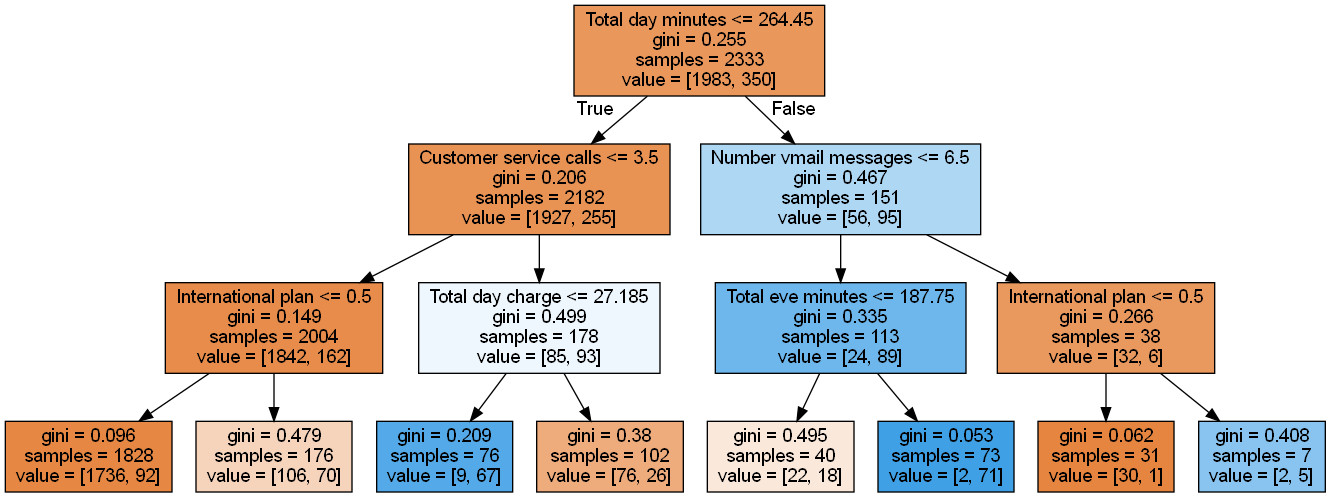
Earlier version of the Graphviz export Практика 13/Задание 13/Деревья решений/telecom_tree2.png (MAMUER/Machine_learning). Its source is kept beside it as Практика 13/Задание 13/Деревья решений/telecom_tree2.dot.
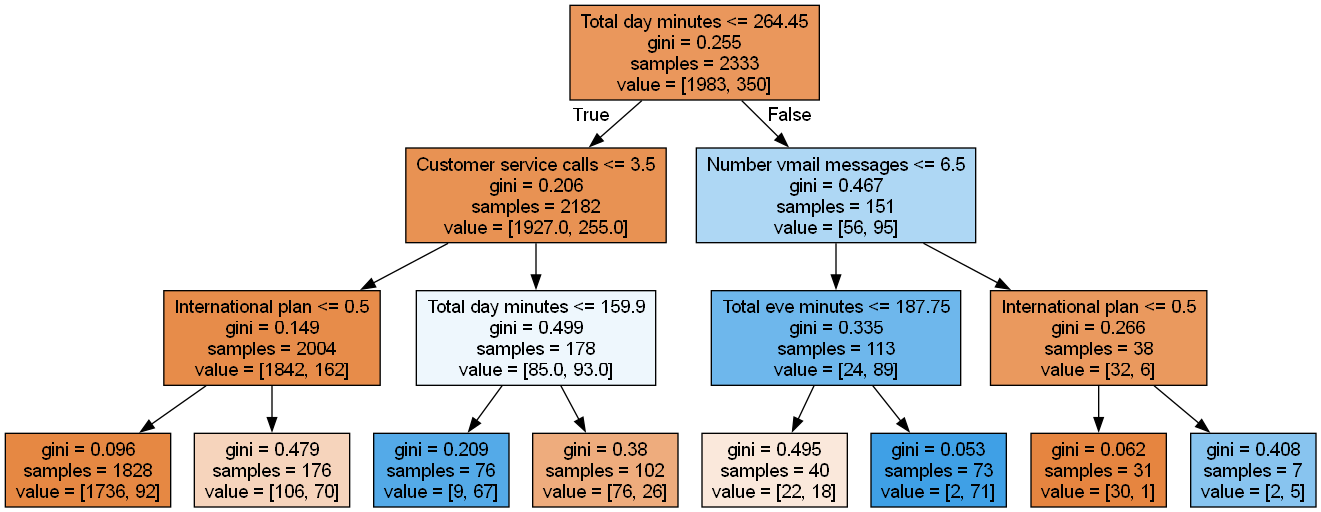
Later version of the same file.

The edit, as a diff of the source:
```diff
@@ -2,7 +2,7 @@
 node [shape=box, style="filled", color="black", fontname="helvetica"] ;
 edge [fontname="helvetica"] ;
 0 [label="Total day minutes <= 264.45\ngini = 0.255\nsamples = 2333\nvalue = [1983, 350]", fillcolor="#ea975c"] ;
-1 [label="Customer service calls <= 3.5\ngini = 0.206\nsamples = 2182\nvalue = [1927, 255]", fillcolor="#e89253"] ;
+1 [label="Customer service calls <= 3.5\ngini = 0.206\nsamples = 2182\nvalue = [1927.0, 255.0]", fillcolor="#e89253"] ;
 0 -> 1 [labeldistance=2.5, labelangle=45, headlabel="True"] ;
 2 [label="International plan <= 0.5\ngini = 0.149\nsamples = 2004\nvalue = [1842, 162]", fillcolor="#e78c4a"] ;
 1 -> 2 ;
@@ -10,7 +10,7 @@
 2 -> 3 ;
 4 [label="gini = 0.479\nsamples = 176\nvalue = [106, 70]", fillcolor="#f6d4bc"] ;
 2 -> 4 ;
-5 [label="Total day charge <= 27.185\ngini = 0.499\nsamples = 178\nvalue = [85, 93]", fillcolor="#eef7fd"] ;
+5 [label="Total day minutes <= 159.9\ngini = 0.499\nsamples = 178\nvalue = [85.0, 93.0]", fillcolor="#eef7fd"] ;
 1 -> 5 ;
 6 [label="gini = 0.209\nsamples = 76\nvalue = [9, 67]", fillcolor="#54aae8"] ;
 5 -> 6 ;
```
